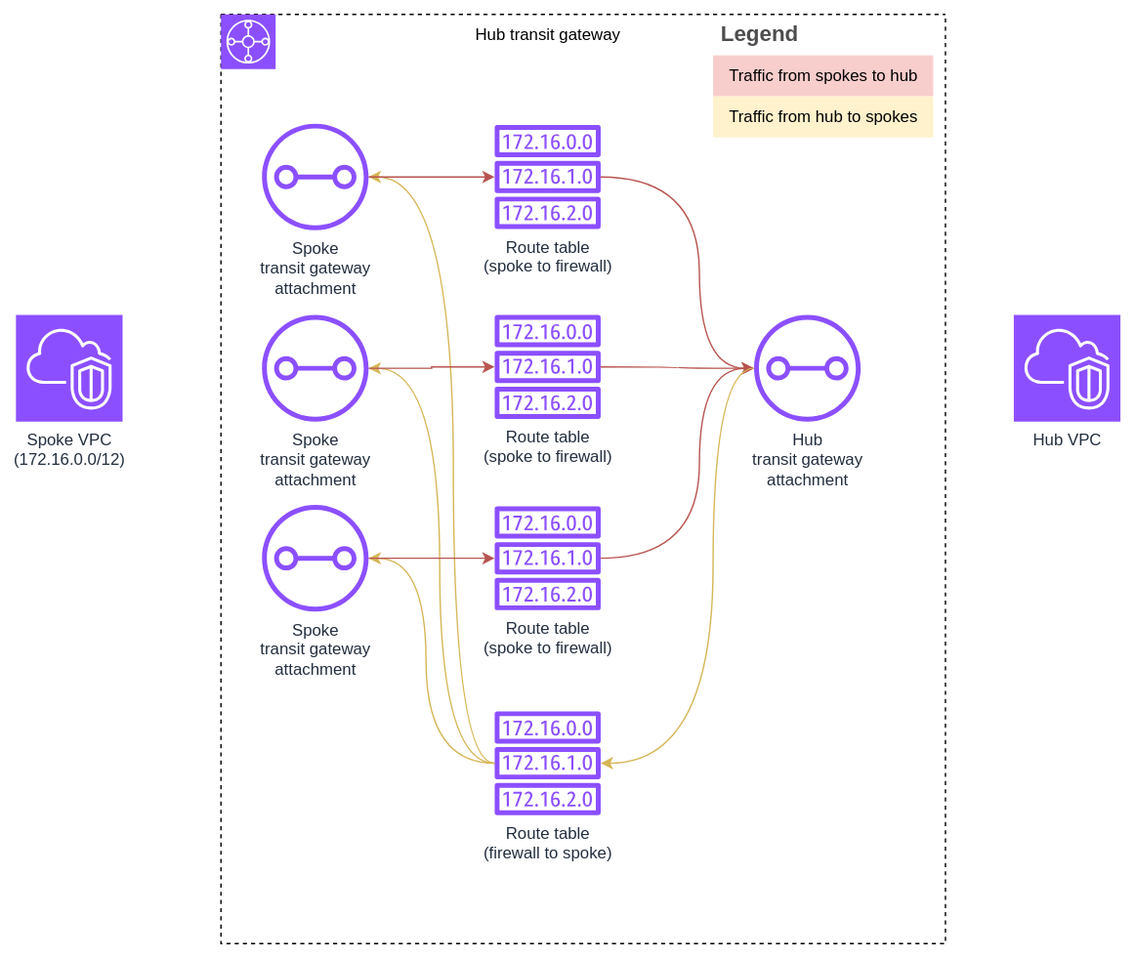
Before: assets/images/portfolio/hubandspoke/transit-gateway-details.drawio.svg, a diagram exported from draw.io (gmarti-web/gmarti-web.github.io). Source tidied: cells renumbered, new cells last; positions are measured from the earlier drawing's top-left corner, leaving out a move shared by most shapes.
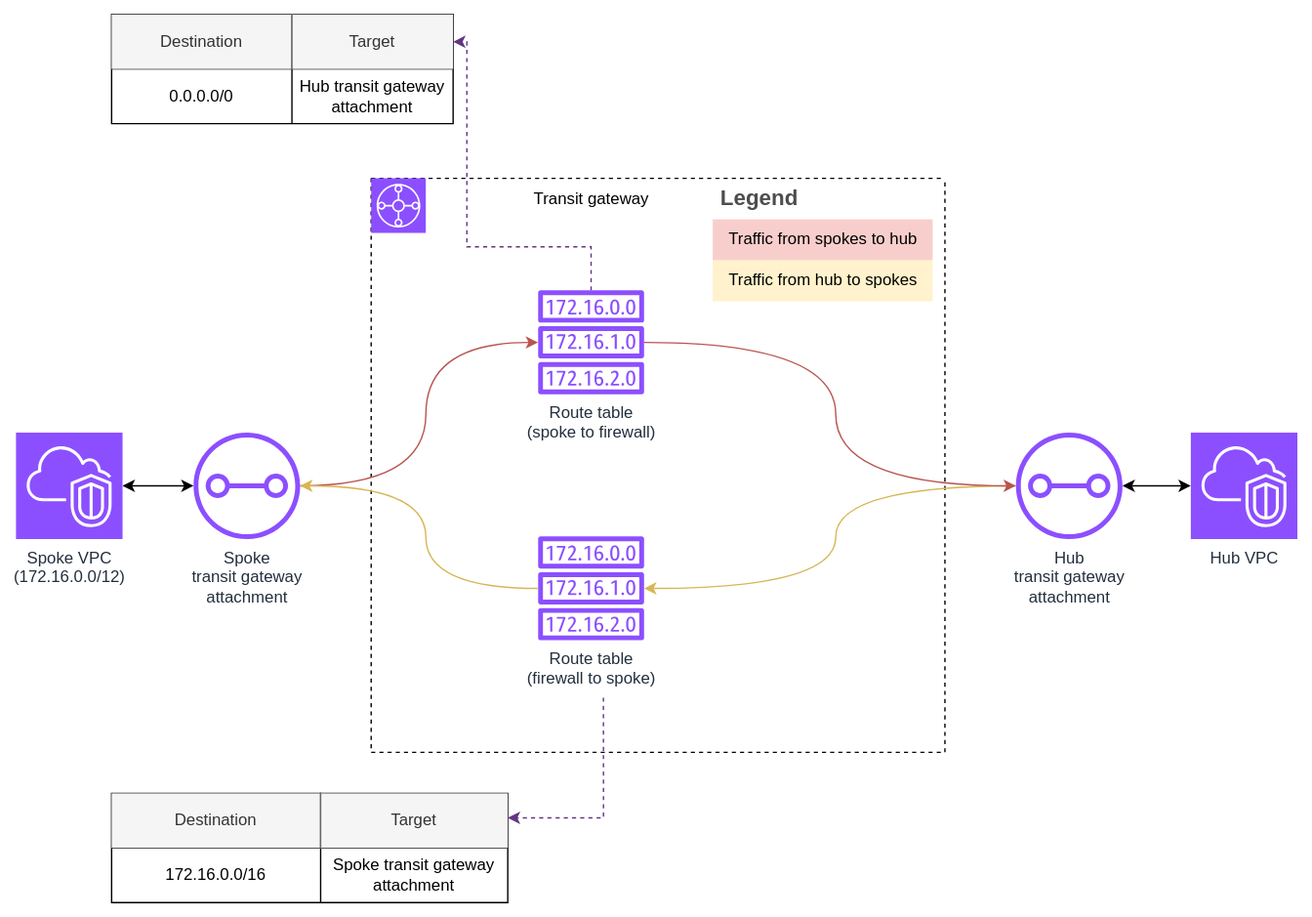
After the commit.

What changed in the source:
```diff
@@ -3,100 +3,22 @@
     <mxCell id="0" />
     <mxCell id="1" parent="0" />
     <mxCell id="2" style="swimlane;startSize=0;dashed=1;" parent="1" vertex="1">
-      <mxGeometry x="150" width="530" height="680" as="geometry" />
+      <mxGeometry x="260" y="90" width="420" height="420" as="geometry" />
     </mxCell>
     <mxCell id="3" style="sketch=0;fontColor=#232F3E;fillColor=#8C4FFF;strokeColor=#ffffff;dashed=0;verticalLabelPosition=bottom;verticalAlign=top;align=center;html=1;fontSize=12;fontStyle=0;shape=mxgraph.aws4.resourceIcon;resIcon=mxgraph.aws4.transit_gateway;" parent="2" vertex="1">
       <mxGeometry width="40" height="40" as="geometry" />
     </mxCell>
-    <mxCell id="4" style="edgeStyle=orthogonalEdgeStyle;rounded=0;jettySize=auto;html=1;curved=1;fillColor=#fff2cc;strokeColor=#d6b656;" parent="2" edge="1" source="7" target="19">
-      <mxGeometry relative="1" as="geometry">
-        <Array as="points">
-          <mxPoint x="150" y="548" />
-          <mxPoint x="150" y="398" />
-        </Array>
-      </mxGeometry>
-    </mxCell>
-    <mxCell id="5" style="edgeStyle=orthogonalEdgeStyle;rounded=0;jettySize=auto;html=1;curved=1;fillColor=#fff2cc;strokeColor=#d6b656;" parent="2" edge="1" source="7" target="17">
-      <mxGeometry relative="1" as="geometry">
-        <Array as="points">
-          <mxPoint x="160" y="548" />
-          <mxPoint x="160" y="259" />
-        </Array>
-      </mxGeometry>
-    </mxCell>
-    <mxCell id="6" style="edgeStyle=orthogonalEdgeStyle;rounded=0;jettySize=auto;html=1;curved=1;fillColor=#fff2cc;strokeColor=#d6b656;" parent="2" edge="1" source="7" target="15">
-      <mxGeometry relative="1" as="geometry">
-        <Array as="points">
-          <mxPoint x="170" y="548" />
-          <mxPoint x="170" y="119" />
-        </Array>
-      </mxGeometry>
-    </mxCell>
     <mxCell id="7" value="&lt;div&gt;Route table&lt;/div&gt;&lt;div&gt;(firewall to spoke)&lt;/div&gt;" style="sketch=0;outlineConnect=0;fontColor=#232F3E;gradientColor=none;fillColor=#8C4FFF;strokeColor=none;dashed=0;verticalLabelPosition=bottom;verticalAlign=top;align=center;html=1;fontSize=12;fontStyle=0;shape=mxgraph.aws4.route_table;" parent="2" vertex="1">
-      <mxGeometry x="200" y="510" width="78" height="76" as="geometry" />
+      <mxGeometry x="122" y="262" width="78" height="76" as="geometry" />
     </mxCell>
-    <mxCell id="8" style="edgeStyle=orthogonalEdgeStyle;rounded=0;jettySize=auto;html=1;curved=1;strokeColor=#b85450;fillColor=#f8cecc;" parent="2" edge="1" source="9" target="21">
-      <mxGeometry relative="1" as="geometry">
-        <Array as="points">
-          <mxPoint x="350" y="119" />
-          <mxPoint x="350" y="259" />
-        </Array>
-      </mxGeometry>
-    </mxCell>
     <mxCell id="9" value="&lt;div&gt;Route table&lt;/div&gt;&lt;div&gt;(spoke to firewall)&lt;/div&gt;" style="sketch=0;outlineConnect=0;fontColor=#232F3E;gradientColor=none;fillColor=#8C4FFF;strokeColor=none;dashed=0;verticalLabelPosition=bottom;verticalAlign=top;align=center;html=1;fontSize=12;fontStyle=0;shape=mxgraph.aws4.route_table;" parent="2" vertex="1">
-      <mxGeometry x="200" y="81" width="78" height="76" as="geometry" />
+      <mxGeometry x="122" y="82" width="78" height="76" as="geometry" />
     </mxCell>
-    <mxCell id="10" style="edgeStyle=orthogonalEdgeStyle;rounded=0;jettySize=auto;html=1;curved=1;fillColor=#f8cecc;strokeColor=#b85450;" parent="2" edge="1" source="11" target="21">
-      <mxGeometry relative="1" as="geometry">
-        <Array as="points">
-          <mxPoint x="350" y="398" />
-          <mxPoint x="350" y="259" />
-        </Array>
-      </mxGeometry>
-    </mxCell>
-    <mxCell id="11" value="&lt;div&gt;Route table&lt;/div&gt;&lt;div&gt;(spoke to firewall)&lt;/div&gt;" style="sketch=0;outlineConnect=0;fontColor=#232F3E;gradientColor=none;fillColor=#8C4FFF;strokeColor=none;dashed=0;verticalLabelPosition=bottom;verticalAlign=top;align=center;html=1;fontSize=12;fontStyle=0;shape=mxgraph.aws4.route_table;" parent="2" vertex="1">
-      <mxGeometry x="200" y="360" width="78" height="76" as="geometry" />
-    </mxCell>
-    <mxCell id="12" style="edgeStyle=orthogonalEdgeStyle;rounded=0;jettySize=auto;html=1;curved=1;fillColor=#f8cecc;strokeColor=#b85450;" parent="2" edge="1" source="13" target="21">
-      <mxGeometry relative="1" as="geometry" />
-    </mxCell>
-    <mxCell id="13" value="&lt;div&gt;Route table&lt;/div&gt;&lt;div&gt;(spoke to firewall)&lt;/div&gt;" style="sketch=0;outlineConnect=0;fontColor=#232F3E;gradientColor=none;fillColor=#8C4FFF;strokeColor=none;dashed=0;verticalLabelPosition=bottom;verticalAlign=top;align=center;html=1;fontSize=12;fontStyle=0;shape=mxgraph.aws4.route_table;" parent="2" vertex="1">
-      <mxGeometry x="200" y="220" width="78" height="76" as="geometry" />
-    </mxCell>
-    <mxCell id="14" style="edgeStyle=orthogonalEdgeStyle;rounded=0;jettySize=auto;html=1;fontColor=#EA6B66;strokeColor=#b85450;fillColor=#f8cecc;" parent="2" edge="1" source="15" target="9">
-      <mxGeometry relative="1" as="geometry" />
-    </mxCell>
-    <mxCell id="15" value="&lt;div&gt;Spoke&lt;/div&gt;&lt;div&gt;transit gateway&lt;/div&gt;&lt;div&gt;attachment&lt;/div&gt;" style="sketch=0;outlineConnect=0;fontColor=#232F3E;gradientColor=none;fillColor=#8C4FFF;strokeColor=none;dashed=0;verticalLabelPosition=bottom;verticalAlign=top;align=center;html=1;fontSize=12;fontStyle=0;shape=mxgraph.aws4.transit_gateway_attachment;" parent="2" vertex="1">
-      <mxGeometry x="30" y="80" width="78" height="78" as="geometry" />
-    </mxCell>
-    <mxCell id="16" style="edgeStyle=orthogonalEdgeStyle;rounded=0;jettySize=auto;html=1;strokeColor=#b85450;fillColor=#f8cecc;" parent="2" edge="1" source="17" target="13">
-      <mxGeometry relative="1" as="geometry" />
-    </mxCell>
-    <mxCell id="17" value="&lt;div&gt;Spoke&lt;/div&gt;&lt;div&gt;transit gateway&lt;/div&gt;&lt;div&gt;attachment&lt;/div&gt;" style="sketch=0;outlineConnect=0;fontColor=#232F3E;gradientColor=none;fillColor=#8C4FFF;strokeColor=none;dashed=0;verticalLabelPosition=bottom;verticalAlign=top;align=center;html=1;fontSize=12;fontStyle=0;shape=mxgraph.aws4.transit_gateway_attachment;" parent="2" vertex="1">
-      <mxGeometry x="30" y="220" width="78" height="78" as="geometry" />
-    </mxCell>
-    <mxCell id="18" style="edgeStyle=orthogonalEdgeStyle;rounded=0;jettySize=auto;html=1;fillColor=#f8cecc;strokeColor=#b85450;" parent="2" edge="1" source="19" target="11">
-      <mxGeometry relative="1" as="geometry" />
-    </mxCell>
-    <mxCell id="19" value="&lt;div&gt;Spoke&lt;/div&gt;&lt;div&gt;transit gateway&lt;/div&gt;&lt;div&gt;attachment&lt;/div&gt;" style="sketch=0;outlineConnect=0;fontColor=#232F3E;gradientColor=none;fillColor=#8C4FFF;strokeColor=none;dashed=0;verticalLabelPosition=bottom;verticalAlign=top;align=center;html=1;fontSize=12;fontStyle=0;shape=mxgraph.aws4.transit_gateway_attachment;" parent="2" vertex="1">
-      <mxGeometry x="30" y="359" width="78" height="78" as="geometry" />
-    </mxCell>
-    <mxCell id="20" style="edgeStyle=orthogonalEdgeStyle;rounded=0;jettySize=auto;html=1;curved=1;fillColor=#fff2cc;strokeColor=#d6b656;" parent="2" edge="1" source="21" target="7">
-      <mxGeometry relative="1" as="geometry">
-        <Array as="points">
-          <mxPoint x="360" y="259" />
-          <mxPoint x="360" y="548" />
-        </Array>
-      </mxGeometry>
-    </mxCell>
-    <mxCell id="21" value="&lt;div&gt;Hub&lt;/div&gt;&lt;div&gt;transit gateway&lt;/div&gt;&lt;div&gt;attachment&lt;/div&gt;" style="sketch=0;outlineConnect=0;fontColor=#232F3E;gradientColor=none;fillColor=#8C4FFF;strokeColor=none;dashed=0;verticalLabelPosition=bottom;verticalAlign=top;align=center;html=1;fontSize=12;fontStyle=0;shape=mxgraph.aws4.transit_gateway_attachment;" parent="2" vertex="1">
-      <mxGeometry x="390" y="220" width="78" height="78" as="geometry" />
-    </mxCell>
-    <mxCell id="22" value="Hub transit gateway" style="text;html=1;align=center;verticalAlign=middle;strokeColor=none;fillColor=none;" parent="2" vertex="1">
-      <mxGeometry x="174" width="130" height="30" as="geometry" />
+    <mxCell id="22" value="Transit gateway" style="text;html=1;align=center;verticalAlign=middle;strokeColor=none;fillColor=none;" parent="2" vertex="1">
+      <mxGeometry x="106" width="110" height="30" as="geometry" />
     </mxCell>
     <mxCell id="23" value="Legend" style="shape=table;startSize=30;fontSize=16;align=left;verticalAlign=top;fillColor=none;strokeColor=none;fontColor=#4D4D4D;fontStyle=1;spacingLeft=6;spacing=0;" parent="2" vertex="1">
-      <mxGeometry x="360" width="161" height="90" as="geometry" />
+      <mxGeometry x="250" width="161" height="90" as="geometry" />
     </mxCell>
     <mxCell id="24" style="shape=tableRow;horizontal=0;startSize=0;swimlaneHead=0;swimlaneBody=0;strokeColor=inherit;top=0;left=0;bottom=0;right=0;fillColor=none;fontSize=12;" parent="23" vertex="1">
       <mxGeometry y="30" width="161" height="30" as="geometry" />
@@ -111,10 +33,113 @@
       <mxGeometry width="161" height="30" as="geometry" />
     </mxCell>
     <mxCell id="28" value="Hub VPC" style="sketch=0;points=[[0,0,0],[0.25,0,0],[0.5,0,0],[0.75,0,0],[1,0,0],[0,1,0],[0.25,1,0],[0.5,1,0],[0.75,1,0],[1,1,0],[0,0.25,0],[0,0.5,0],[0,0.75,0],[1,0.25,0],[1,0.5,0],[1,0.75,0]];outlineConnect=0;fontColor=#232F3E;fillColor=#8C4FFF;strokeColor=#ffffff;dashed=0;verticalLabelPosition=bottom;verticalAlign=top;align=center;html=1;fontSize=12;fontStyle=0;shape=mxgraph.aws4.resourceIcon;resIcon=mxgraph.aws4.vpc;" parent="1" vertex="1">
-      <mxGeometry x="730" y="220" width="78" height="78" as="geometry" />
+      <mxGeometry x="860" y="276" width="78" height="78" as="geometry" />
     </mxCell>
+    <mxCell id="30" style="edgeStyle=orthogonalEdgeStyle;rounded=0;jettySize=auto;html=1;startArrow=classic;startFill=1;" parent="1" edge="1" source="29" target="15">
+      <mxGeometry relative="1" as="geometry" />
+    </mxCell>
     <mxCell id="29" value="&lt;div&gt;Spoke VPC&lt;/div&gt;&lt;div&gt;(172.16.0.0/12)&lt;/div&gt;" style="sketch=0;points=[[0,0,0],[0.25,0,0],[0.5,0,0],[0.75,0,0],[1,0,0],[0,1,0],[0.25,1,0],[0.5,1,0],[0.75,1,0],[1,1,0],[0,0.25,0],[0,0.5,0],[0,0.75,0],[1,0.25,0],[1,0.5,0],[1,0.75,0]];outlineConnect=0;fontColor=#232F3E;fillColor=#8C4FFF;strokeColor=#ffffff;dashed=0;verticalLabelPosition=bottom;verticalAlign=top;align=center;html=1;fontSize=12;fontStyle=0;shape=mxgraph.aws4.resourceIcon;resIcon=mxgraph.aws4.vpc;" parent="1" vertex="1">
-      <mxGeometry y="220" width="78" height="78" as="geometry" />
+      <mxGeometry y="276" width="78" height="78" as="geometry" />
     </mxCell>
+    <mxCell id="31" style="shape=table;startSize=0;" parent="1" vertex="1">
+      <mxGeometry x="70" y="-30" width="250" height="80" as="geometry" />
+    </mxCell>
+    <mxCell id="32" style="shape=tableRow;horizontal=0;startSize=0;swimlaneHead=0;swimlaneBody=0;strokeColor=inherit;top=0;left=0;bottom=0;right=0;fillColor=none;points=[[0,0.5],[1,0.5]];portConstraint=eastwest;" parent="31" vertex="1">
+      <mxGeometry width="250" height="40" as="geometry" />
+    </mxCell>
+    <mxCell id="33" value="Destination" style="shape=partialRectangle;html=1;whiteSpace=wrap;strokeColor=#666666;overflow=hidden;fillColor=#f5f5f5;top=0;left=0;bottom=0;right=1;align=center;fontColor=#333333;" parent="32" vertex="1">
+      <mxGeometry width="132" height="40" as="geometry" />
+    </mxCell>
+    <mxCell id="34" value="Target" style="shape=partialRectangle;html=1;whiteSpace=wrap;strokeColor=#666666;overflow=hidden;fillColor=#f5f5f5;top=0;left=1;bottom=0;right=0;fontColor=#333333;" parent="32" vertex="1">
+      <mxGeometry x="132" width="118" height="40" as="geometry" />
+    </mxCell>
+    <mxCell id="35" style="shape=tableRow;horizontal=0;startSize=0;swimlaneHead=0;swimlaneBody=0;strokeColor=inherit;top=0;left=0;bottom=0;right=0;fillColor=none;" parent="31" vertex="1">
+      <mxGeometry y="40" width="250" height="40" as="geometry" />
+    </mxCell>
+    <mxCell id="36" value="0.0.0.0/0" style="shape=partialRectangle;html=1;whiteSpace=wrap;strokeColor=inherit;overflow=hidden;fillColor=none;top=0;left=0;bottom=0;right=0;" parent="35" vertex="1">
+      <mxGeometry width="132" height="40" as="geometry" />
+    </mxCell>
+    <mxCell id="37" value="Hub transit gateway attachment" style="shape=partialRectangle;html=1;whiteSpace=wrap;strokeColor=inherit;overflow=hidden;fillColor=none;top=0;left=0;bottom=0;right=0;" parent="35" vertex="1">
+      <mxGeometry x="132" width="118" height="40" as="geometry" />
+    </mxCell>
+    <mxCell id="38" style="shape=table;startSize=0;" parent="1" vertex="1">
+      <mxGeometry x="70" y="540" width="290" height="80" as="geometry" />
+    </mxCell>
+    <mxCell id="39" style="shape=tableRow;horizontal=0;startSize=0;swimlaneHead=0;swimlaneBody=0;strokeColor=inherit;top=0;left=0;bottom=0;right=0;fillColor=none;points=[[0,0.5],[1,0.5]];portConstraint=eastwest;" parent="38" vertex="1">
+      <mxGeometry width="290" height="40" as="geometry" />
+    </mxCell>
+    <mxCell id="40" value="Destination" style="shape=partialRectangle;html=1;whiteSpace=wrap;strokeColor=#666666;overflow=hidden;fillColor=#f5f5f5;top=0;left=0;bottom=0;right=1;align=center;fontColor=#333333;" parent="39" vertex="1">
+      <mxGeometry width="153" height="40" as="geometry" />
+    </mxCell>
+    <mxCell id="41" value="Target" style="shape=partialRectangle;html=1;whiteSpace=wrap;strokeColor=#666666;overflow=hidden;fillColor=#f5f5f5;top=0;left=1;bottom=0;right=0;fontColor=#333333;" parent="39" vertex="1">
+      <mxGeometry x="153" width="137" height="40" as="geometry" />
+    </mxCell>
+    <mxCell id="42" style="shape=tableRow;horizontal=0;startSize=0;swimlaneHead=0;swimlaneBody=0;strokeColor=inherit;top=0;left=0;bottom=0;right=0;fillColor=none;" parent="38" vertex="1">
+      <mxGeometry y="40" width="290" height="40" as="geometry" />
+    </mxCell>
+    <mxCell id="43" value="172.16.0.0/16" style="shape=partialRectangle;html=1;whiteSpace=wrap;strokeColor=inherit;overflow=hidden;fillColor=none;top=0;left=0;bottom=0;right=0;" parent="42" vertex="1">
+      <mxGeometry width="153" height="40" as="geometry" />
+    </mxCell>
+    <mxCell id="44" value="Spoke transit gateway attachment" style="shape=partialRectangle;html=1;whiteSpace=wrap;strokeColor=inherit;overflow=hidden;fillColor=none;top=0;left=0;bottom=0;right=0;" parent="42" vertex="1">
+      <mxGeometry x="153" width="137" height="40" as="geometry" />
+    </mxCell>
+    <mxCell id="20" style="edgeStyle=orthogonalEdgeStyle;rounded=0;jettySize=auto;html=1;curved=1;fillColor=#fff2cc;strokeColor=#d6b656;" parent="1" edge="1" source="21" target="7">
+      <mxGeometry relative="1" as="geometry">
+        <Array as="points">
+          <mxPoint x="600" y="315" />
+          <mxPoint x="600" y="390" />
+        </Array>
+      </mxGeometry>
+    </mxCell>
+    <mxCell id="45" style="edgeStyle=orthogonalEdgeStyle;rounded=0;jettySize=auto;html=1;startArrow=classic;startFill=1;" parent="1" edge="1" source="21" target="28">
+      <mxGeometry relative="1" as="geometry" />
+    </mxCell>
+    <mxCell id="21" value="&lt;div&gt;Hub&lt;/div&gt;&lt;div&gt;transit gateway&lt;/div&gt;&lt;div&gt;attachment&lt;/div&gt;" style="sketch=0;outlineConnect=0;fontColor=#232F3E;gradientColor=none;fillColor=#8C4FFF;strokeColor=none;dashed=0;verticalLabelPosition=bottom;verticalAlign=top;align=center;html=1;fontSize=12;fontStyle=0;shape=mxgraph.aws4.transit_gateway_attachment;" parent="1" vertex="1">
+      <mxGeometry x="732" y="276" width="78" height="78" as="geometry" />
+    </mxCell>
+    <mxCell id="14" style="edgeStyle=orthogonalEdgeStyle;rounded=0;jettySize=auto;html=1;curved=1;fillColor=#f8cecc;strokeColor=#b85450;" parent="1" edge="1" source="15" target="9">
+      <mxGeometry relative="1" as="geometry">
+        <Array as="points">
+          <mxPoint x="300" y="315" />
+          <mxPoint x="300" y="210" />
+        </Array>
+      </mxGeometry>
+    </mxCell>
+    <mxCell id="15" value="&lt;div&gt;Spoke&lt;/div&gt;&lt;div&gt;transit gateway&lt;/div&gt;&lt;div&gt;attachment&lt;/div&gt;" style="sketch=0;outlineConnect=0;fontColor=#232F3E;gradientColor=none;fillColor=#8C4FFF;strokeColor=none;dashed=0;verticalLabelPosition=bottom;verticalAlign=top;align=center;html=1;fontSize=12;fontStyle=0;shape=mxgraph.aws4.transit_gateway_attachment;" parent="1" vertex="1">
+      <mxGeometry x="130" y="276" width="78" height="78" as="geometry" />
+    </mxCell>
+    <mxCell id="46" style="edgeStyle=orthogonalEdgeStyle;rounded=0;jettySize=auto;html=1;dashed=1;strokeColor=light-dark(#613583, #ededed);" parent="1" edge="1" source="9" target="32">
+      <mxGeometry relative="1" as="geometry">
+        <Array as="points">
+          <mxPoint x="421" y="140" />
+          <mxPoint x="330" y="140" />
+          <mxPoint x="330" y="-10" />
+        </Array>
+      </mxGeometry>
+    </mxCell>
+    <mxCell id="47" style="edgeStyle=orthogonalEdgeStyle;rounded=0;jettySize=auto;html=1;dashed=1;strokeColor=light-dark(#613583, #ededed);" parent="1" edge="1" target="39">
+      <mxGeometry relative="1" as="geometry">
+        <mxPoint x="430" y="470" as="sourcePoint" />
+        <Array as="points">
+          <mxPoint x="430" y="558" />
+        </Array>
+      </mxGeometry>
+    </mxCell>
+    <mxCell id="6" style="edgeStyle=orthogonalEdgeStyle;rounded=0;jettySize=auto;html=1;curved=1;fillColor=#fff2cc;strokeColor=#d6b656;" parent="1" edge="1" source="7" target="15">
+      <mxGeometry relative="1" as="geometry">
+        <Array as="points">
+          <mxPoint x="300" y="390" />
+          <mxPoint x="300" y="315" />
+        </Array>
+      </mxGeometry>
+    </mxCell>
+    <mxCell id="8" style="edgeStyle=orthogonalEdgeStyle;rounded=0;jettySize=auto;html=1;curved=1;fillColor=#f8cecc;strokeColor=#b85450;" parent="1" edge="1" source="9" target="21">
+      <mxGeometry relative="1" as="geometry">
+        <Array as="points">
+          <mxPoint x="600" y="210" />
+          <mxPoint x="600" y="315" />
+        </Array>
+      </mxGeometry>
+    </mxCell>
   </root>
 </mxGraphModel>
```
